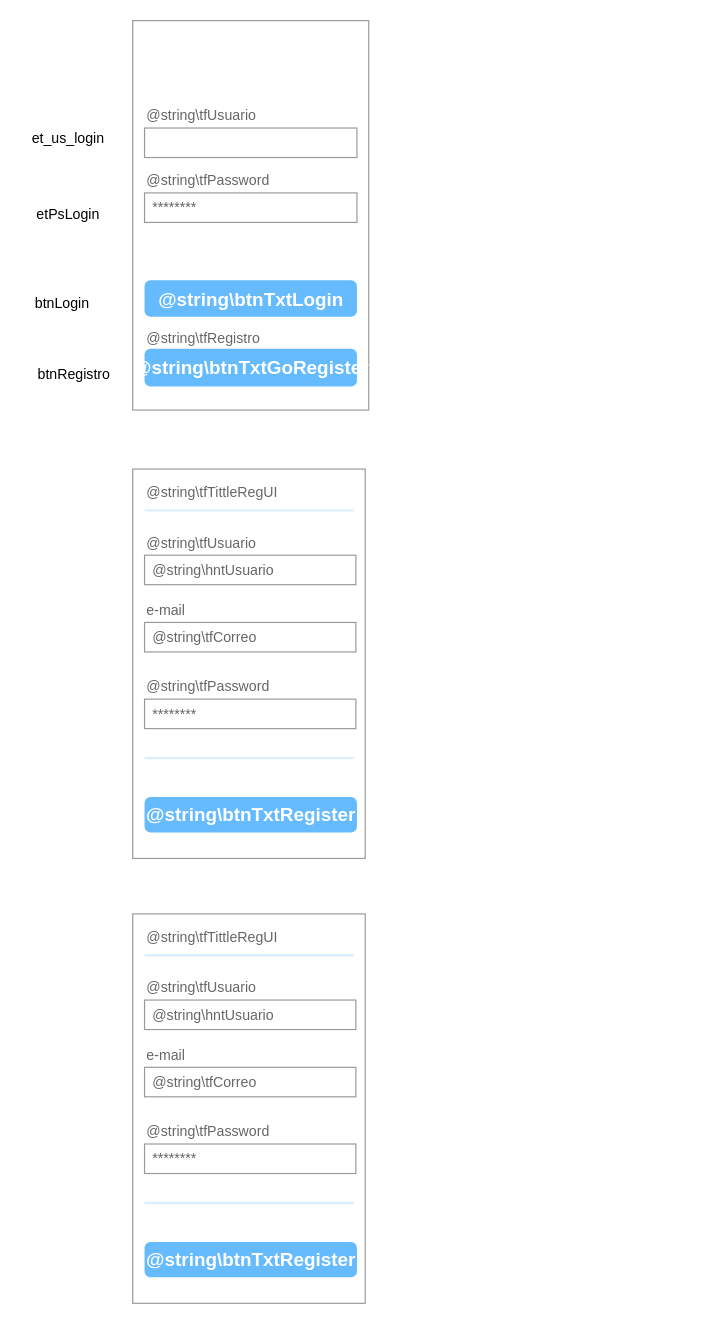
maxdose/LabsCM20201-Gr01-LAB2 keeps this draw.io diagram as mockups_lab_2.drawio. Above is the earlier version. Source tidied: cells renumbered, new cells numbered last; positions are measured from the earlier drawing's top-left corner, leaving out a move shared by most shapes. Both pictures are drawn from the tidied source at 118%, with x=0, y=0 at pixel (20, 20).
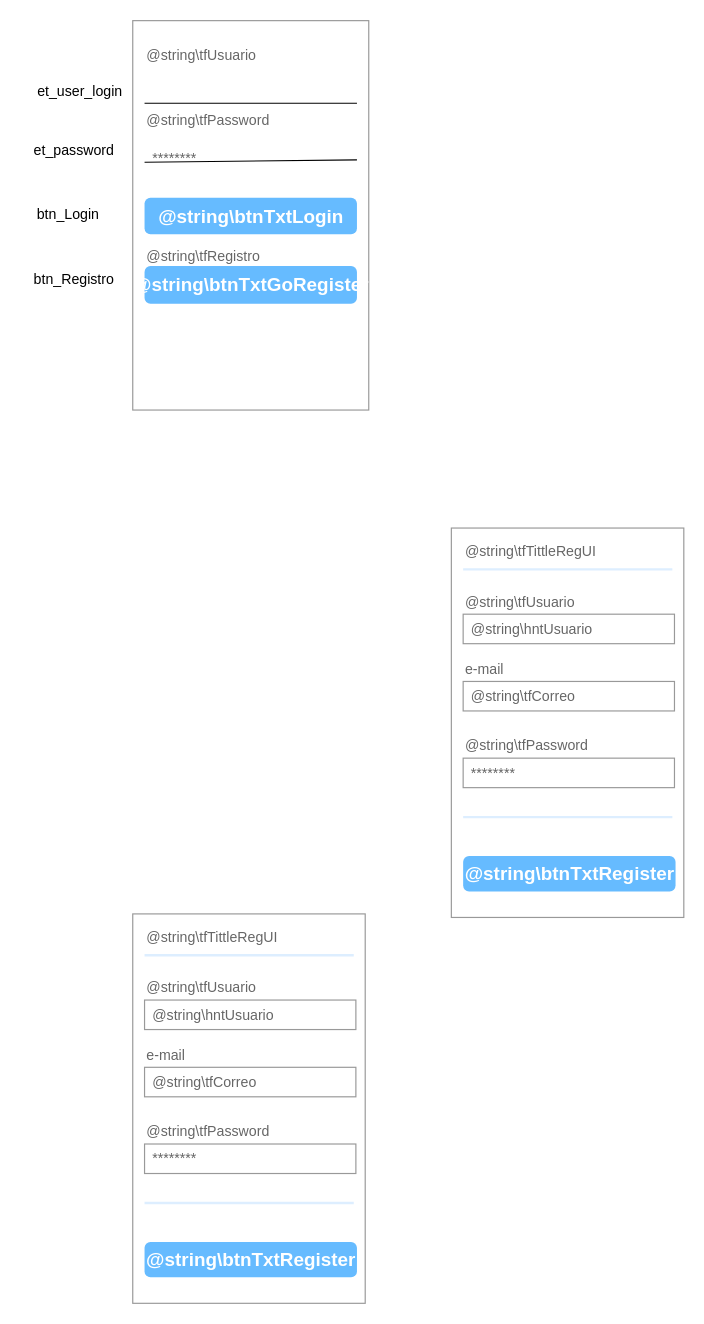
Above is the later version.

The change refers to these unchanged cells:
```xml
<mxCell id="2" style="strokeWidth=1;shadow=0;dashed=0;align=center;html=1;shape=mxgraph.mockup.forms.rrect;rSize=0;strokeColor=#999999;fillColor=#ffffff;" parent="1" vertex="1">
  <mxGeometry x="95" width="200" height="330" as="geometry" />
</mxCell>
```

Change to the diagram source:
```diff
@@
     <mxCell id="4" value="@string\tfUsuario" style="strokeWidth=1;shadow=0;dashed=0;align=center;html=1;shape=mxgraph.mockup.forms.anchor;fontSize=12;fontColor=#666666;align=left;spacingLeft=0;" parent="2" vertex="1">
       <mxGeometry width="100" height="20" relative="1" as="geometry">
-        <mxPoint x="10" y="71" as="offset" />
+        <mxPoint x="10" y="20" as="offset" />
       </mxGeometry>
     </mxCell>
-    <mxCell id="5" style="strokeWidth=1;shadow=0;dashed=0;align=center;html=1;shape=mxgraph.mockup.forms.rrect;rSize=0;strokeColor=#999999;fontColor=#666666;align=left;spacingLeft=5;" parent="2" vertex="1">
+    <mxCell id="5" style="strokeWidth=1;shadow=0;dashed=0;align=center;html=1;shape=mxgraph.mockup.forms.rrect;rSize=0;fontColor=#666666;align=left;spacingLeft=5;fillColor=none;strokeColor=none;" parent="2" vertex="1">
       <mxGeometry width="180" height="25" relative="1" as="geometry">
-        <mxPoint x="10" y="91" as="offset" />
+        <mxPoint x="10" y="49" as="offset" />
       </mxGeometry>
     </mxCell>
     <mxCell id="6" value="@string\tfPassword" style="strokeWidth=1;shadow=0;dashed=0;align=center;html=1;shape=mxgraph.mockup.forms.anchor;fontSize=12;fontColor=#666666;align=left;spacingLeft=0;" parent="2" vertex="1">
       <mxGeometry width="140" height="20" relative="1" as="geometry">
-        <mxPoint x="10" y="126" as="offset" />
+        <mxPoint x="10" y="75" as="offset" />
       </mxGeometry>
     </mxCell>
-    <mxCell id="7" value="********" style="strokeWidth=1;shadow=0;dashed=0;align=center;html=1;shape=mxgraph.mockup.forms.rrect;rSize=0;strokeColor=#999999;fontColor=#666666;align=left;spacingLeft=5;" parent="2" vertex="1">
+    <mxCell id="7" value="********" style="strokeWidth=1;shadow=0;dashed=0;align=center;html=1;shape=mxgraph.mockup.forms.rrect;rSize=0;fontColor=#666666;align=left;spacingLeft=5;strokeColor=none;fillColor=none;" parent="2" vertex="1">
       <mxGeometry width="180" height="25" relative="1" as="geometry">
-        <mxPoint x="10" y="146" as="offset" />
+        <mxPoint x="10" y="104" as="offset" />
       </mxGeometry>
     </mxCell>
     <mxCell id="8" value="@string\btnTxtLogin" style="strokeWidth=1;shadow=0;dashed=0;align=center;html=1;shape=mxgraph.mockup.forms.rrect;rSize=5;strokeColor=none;fontColor=#ffffff;fillColor=#66bbff;fontSize=16;fontStyle=1;" parent="2" vertex="1">
       <mxGeometry y="1" width="180" height="31" relative="1" as="geometry">
-        <mxPoint x="10" y="-110" as="offset" />
+        <mxPoint x="10" y="-180" as="offset" />
       </mxGeometry>
     </mxCell>
     <mxCell id="9" style="strokeWidth=1;shadow=0;dashed=0;align=center;html=1;shape=mxgraph.mockup.forms.anchor;fontSize=12;fontColor=#9999ff;align=left;spacingLeft=0;fontStyle=4;" parent="2" vertex="1">
       <mxGeometry y="1" width="150" height="20" relative="1" as="geometry">
-        <mxPoint x="10" y="-110" as="offset" />
+        <mxPoint x="10" y="-180" as="offset" />
       </mxGeometry>
     </mxCell>
     <mxCell id="10" value="@string\tfRegistro" style="strokeWidth=1;shadow=0;dashed=0;align=center;html=1;shape=mxgraph.mockup.forms.anchor;fontSize=12;fontColor=#666666;align=left;spacingLeft=0;" parent="2" vertex="1">
       <mxGeometry y="1" width="150" height="20" relative="1" as="geometry">
-        <mxPoint x="10" y="-70" as="offset" />
+        <mxPoint x="10" y="-140" as="offset" />
       </mxGeometry>
     </mxCell>
     <mxCell id="11" value="@string\btnTxtGoRegister" style="strokeWidth=1;shadow=0;dashed=0;align=center;html=1;shape=mxgraph.mockup.forms.rrect;rSize=5;strokeColor=none;fontColor=#ffffff;fillColor=#66bbff;fontSize=16;fontStyle=1;" parent="2" vertex="1">
       <mxGeometry y="1" width="180" height="32" relative="1" as="geometry">
-        <mxPoint x="10" y="-52" as="offset" />
+        <mxPoint x="10" y="-122" as="offset" />
       </mxGeometry>
     </mxCell>
+    <mxCell id="40" style="endArrow=none;html=1;" parent="2" edge="1">
+      <mxGeometry relative="1" as="geometry">
+        <mxPoint x="10" y="70" as="sourcePoint" />
+        <mxPoint x="190" y="70" as="targetPoint" />
+      </mxGeometry>
+    </mxCell>
+    <mxCell id="41" style="endArrow=none;html=1;entryX=1;entryY=0.56;entryDx=0;entryDy=0;entryPerimeter=0;" parent="2" edge="1" target="7">
+      <mxGeometry relative="1" as="geometry">
+        <mxPoint x="10" y="120" as="sourcePoint" />
+      </mxGeometry>
+    </mxCell>
     <mxCell id="12" style="strokeWidth=1;shadow=0;dashed=0;align=center;html=1;shape=mxgraph.mockup.forms.rrect;rSize=0;strokeColor=#999999;fillColor=#ffffff;" parent="1" vertex="1">
-      <mxGeometry x="95" y="380" width="197" height="330" as="geometry" />
+      <mxGeometry x="365" y="430" width="197" height="330" as="geometry" />
     </mxCell>
@@
-    <mxCell id="24" value="etPsLogin" style="text;html=1;align=center;verticalAlign=middle;" parent="1" vertex="1">
-      <mxGeometry x="5" y="155" width="70" height="20" as="geometry" />
+    <mxCell id="24" value="et_password" style="text;html=1;align=center;verticalAlign=middle;" parent="1" vertex="1">
+      <mxGeometry x="5" y="100" width="80" height="20" as="geometry" />
     </mxCell>
-    <mxCell id="25" value="et_us_login" style="text;html=1;align=center;verticalAlign=middle;" parent="1" vertex="1">
-      <mxGeometry y="90" width="80" height="20" as="geometry" />
+    <mxCell id="25" value="et_user_login" style="text;html=1;align=center;verticalAlign=middle;" parent="1" vertex="1">
+      <mxGeometry x="5" y="50" width="90" height="20" as="geometry" />
     </mxCell>
-    <mxCell id="26" value="btnLogin" style="text;html=1;align=center;verticalAlign=middle;" parent="1" vertex="1">
-      <mxGeometry x="5" y="230" width="60" height="20" as="geometry" />
+    <mxCell id="26" value="btn_Login" style="text;html=1;align=center;verticalAlign=middle;" parent="1" vertex="1">
+      <mxGeometry x="5" y="155" width="70" height="20" as="geometry" />
     </mxCell>
-    <mxCell id="27" value="btnRegistro" style="text;html=1;align=center;verticalAlign=middle;" parent="1" vertex="1">
-      <mxGeometry x="5" y="290" width="80" height="20" as="geometry" />
+    <mxCell id="27" value="btn_Registro" style="text;html=1;align=center;verticalAlign=middle;" parent="1" vertex="1">
+      <mxGeometry x="5" y="210" width="80" height="20" as="geometry" />
     </mxCell>
```
